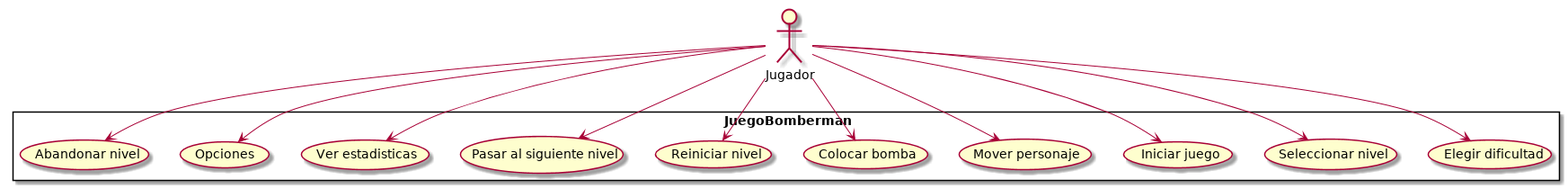
This is Bomberman UML/Diagrama caso de uso/ver1/Bomberman_UML_Caso_de_uso_v.1.png from vtroitio/Bomberman, a PlantUML export, as it was before one commit. The source it was exported from:
```plantuml
@startuml
:Jugador:
rectangle JuegoBomberman{
Jugador --> (Elegir dificultad)
Jugador --> (Seleccionar nivel)
Jugador --> (Iniciar juego)
Jugador --> (Mover personaje)
Jugador --> (Colocar bomba)
Jugador --> (Reiniciar nivel)
Jugador --> (Pasar al siguiente nivel)
Jugador --> (Ver estadisticas)
Jugador --> (Opciones)
Jugador --> (Abandonar nivel)
}
@enduml
```
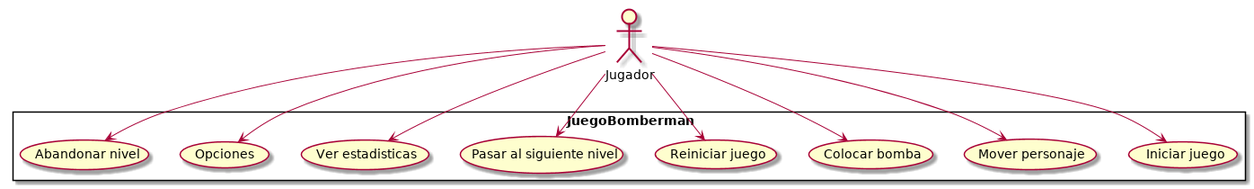
The same diagram one commit later.

Commit message:
Cambio estado de uso

Diff of the diagram source:
```diff
@@ -1,12 +1,10 @@
 @startuml
 :Jugador:
 rectangle JuegoBomberman{
-Jugador --> (Elegir dificultad)
-Jugador --> (Seleccionar nivel)
 Jugador --> (Iniciar juego)
 Jugador --> (Mover personaje)
 Jugador --> (Colocar bomba)
-Jugador --> (Reiniciar nivel)
+Jugador --> (Reiniciar juego)
 Jugador --> (Pasar al siguiente nivel)
 Jugador --> (Ver estadisticas)
 Jugador --> (Opciones)
```
